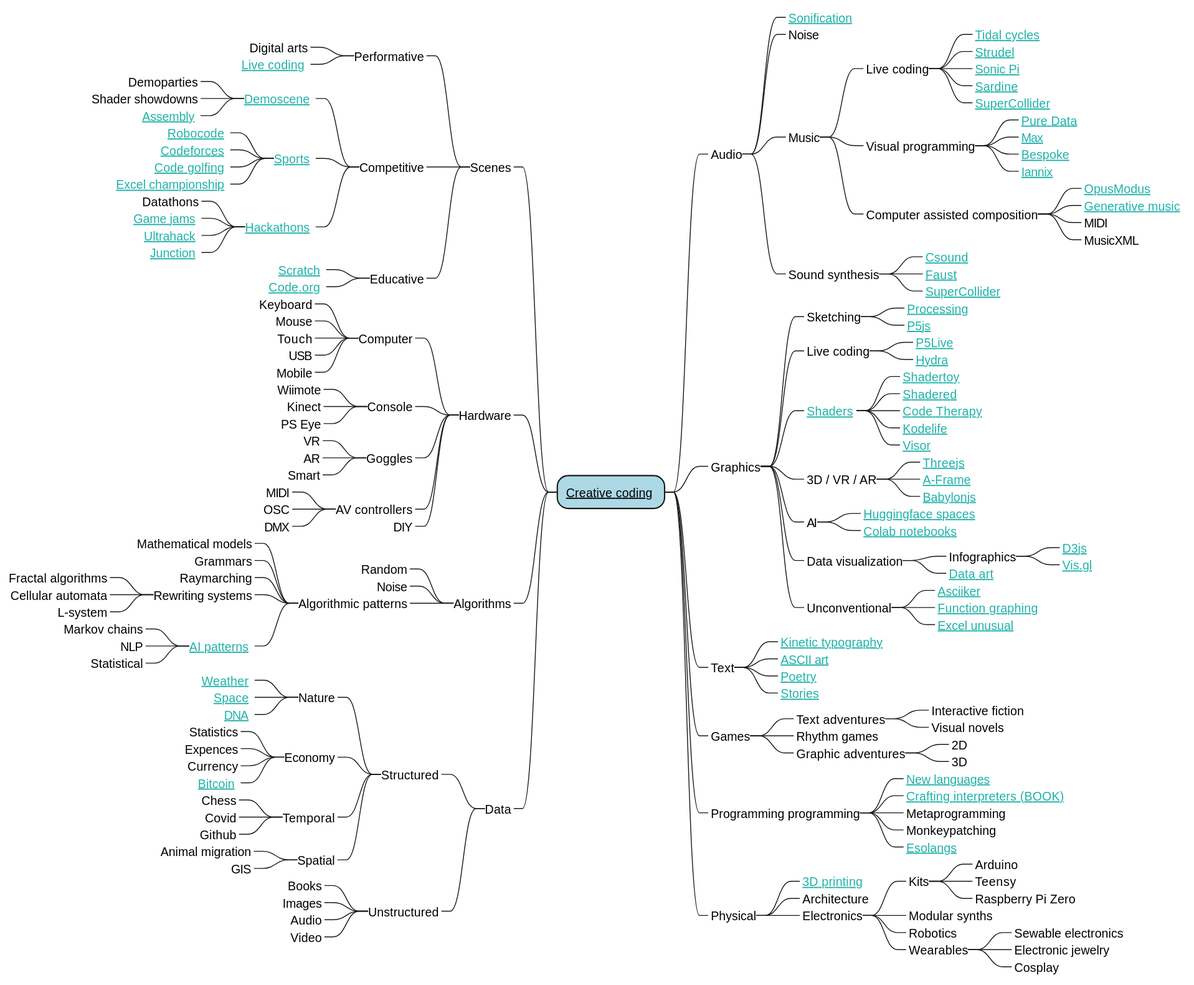
Above: out/mindmap/mindmap.svg in amiika/creativecodingmindmap (PlantUML), before the change.
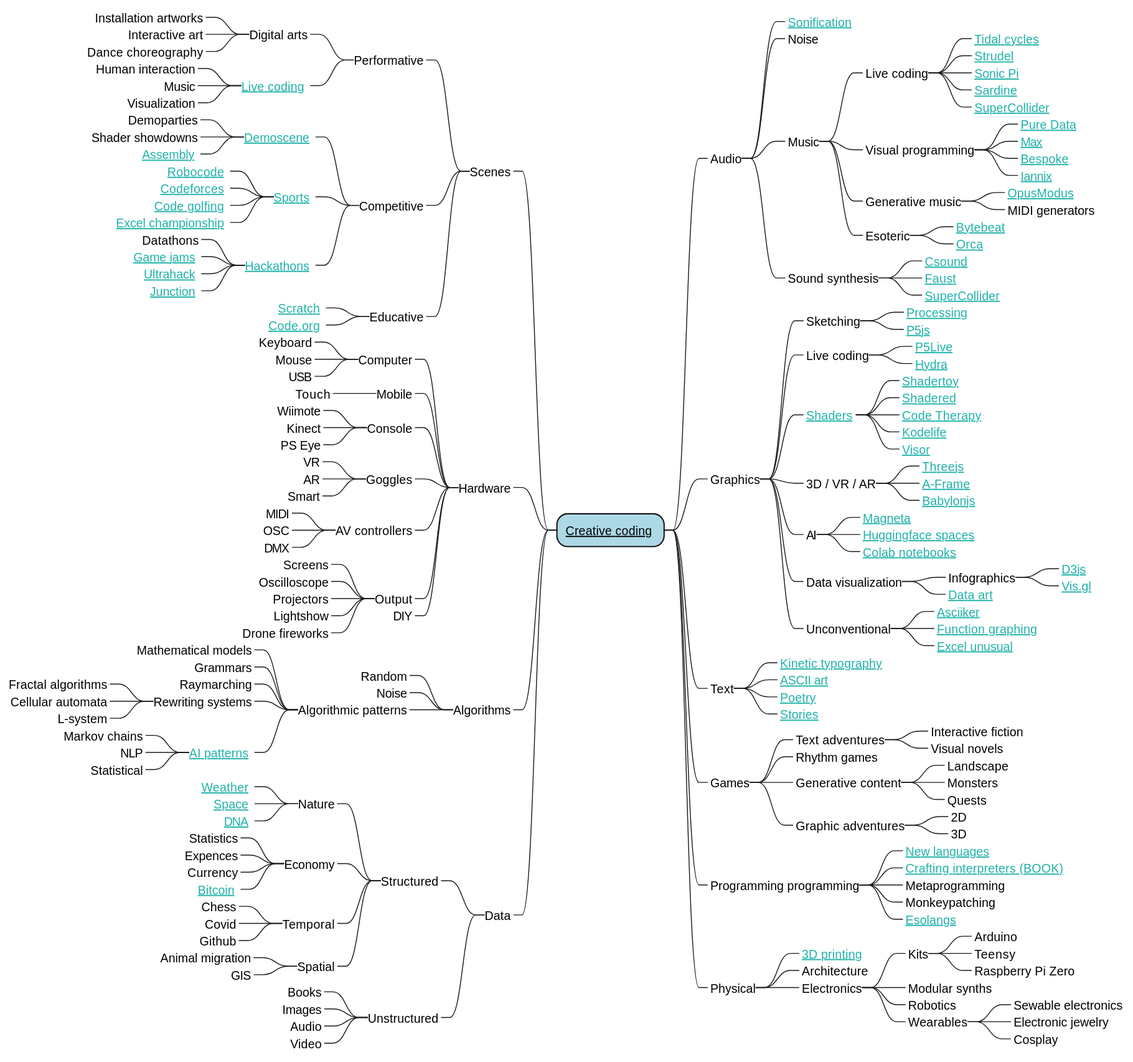
Above is the later version.

The edit, as a diff of the source:
```diff
@@ -36,17 +36,17 @@
 *****_ [[https://cycling74.com/products/max Max]] <<link>>
 *****_ [[https://www.bespokesynth.com/ Bespoke]] <<link>>
 *****_ [[https://www.iannix.org/en/whatisiannix/ Iannix]] <<link>>
-****_ Computer assisted composition
+****_ Generative music
 *****_ [[https://opusmodus.com/ OpusModus]] <<link>>
-*****_ [[htts://teropa.info/loop Generative music]] <<link>>
-*****_ MIDI
-*****_ MusicXML
+*****_ MIDI generators
+****_ Esoteric
+*****_ [[https://dollchan.net/bytebeat/ Bytebeat]] <<link>>
+*****_ [[https://hundredrabbits.itch.io/orca Orca]] <<link>>
 
 ***_ Sound synthesis
 ****_ [[https://csound.com/ Csound]] <<link>>
 ****_ [[https://faust.grame.fr/ Faust]] <<link>>
 ****_ [[https://supercollider.github.io/ SuperCollider]] <<link>>
-
 
 **_ Graphics
 ***_ Sketching
@@ -66,6 +66,7 @@
 ****_ [[https://aframe.io/ A-Frame]] <<link>>
 ****_ [[https://playground.babylonjs.com/ Babylonjs]] <<link>>
 ***_ AI
+****_ [[https://magenta.tensorflow.org/demos Magneta]] <<link>>
 ****_ [[https://huggingface.co/spaces/ Huggingface spaces]] <<link>>
 ****_ [[https://github.com/amrzv/awesome-colab-notebooks Colab notebooks]] <<link>>
 
@@ -90,6 +91,10 @@
 ****_ Interactive fiction
 ****_ Visual novels
 ***_ Rhythm games
+***_ Generative content
+****_ Landscape
+****_ Monsters
+****_ Quests
 ***_ Graphic adventures
 ****_ 2D
 ****_ 3D
@@ -120,7 +125,13 @@
 
 ---_ Performative
 ----_ Digital arts
+-----_ Installation artworks
+-----_ Interactive art
+-----_ Dance choreography
 ----_ [[https://github.com/toplap/awesome-livecoding Live coding]] <<link>>
+-----_ Human interaction
+-----_ Music
+-----_ Visualization
 
 ---_ Competitive
 ----_ [[https://github.com/psykon/awesome-demoscene Demoscene]] <<link>>
@@ -146,9 +157,9 @@
 ---_ Computer
 ----_ Keyboard
 ----_ Mouse
+----_ USB
+---_ Mobile
 ----_ Touch
-----_ USB
-----_ Mobile
 ---_ Console
 ----_ Wiimote
 ----_ Kinect
@@ -161,6 +172,12 @@
 ----_ MIDI
 ----_ OSC
 ----_ DMX
+---_ Output
+----_ Screens
+----_ Oscilloscope
+----_ Projectors
+----_ Lightshow
+----_ Drone fireworks
 ---_ DIY
 
 --_ Algorithms
```
